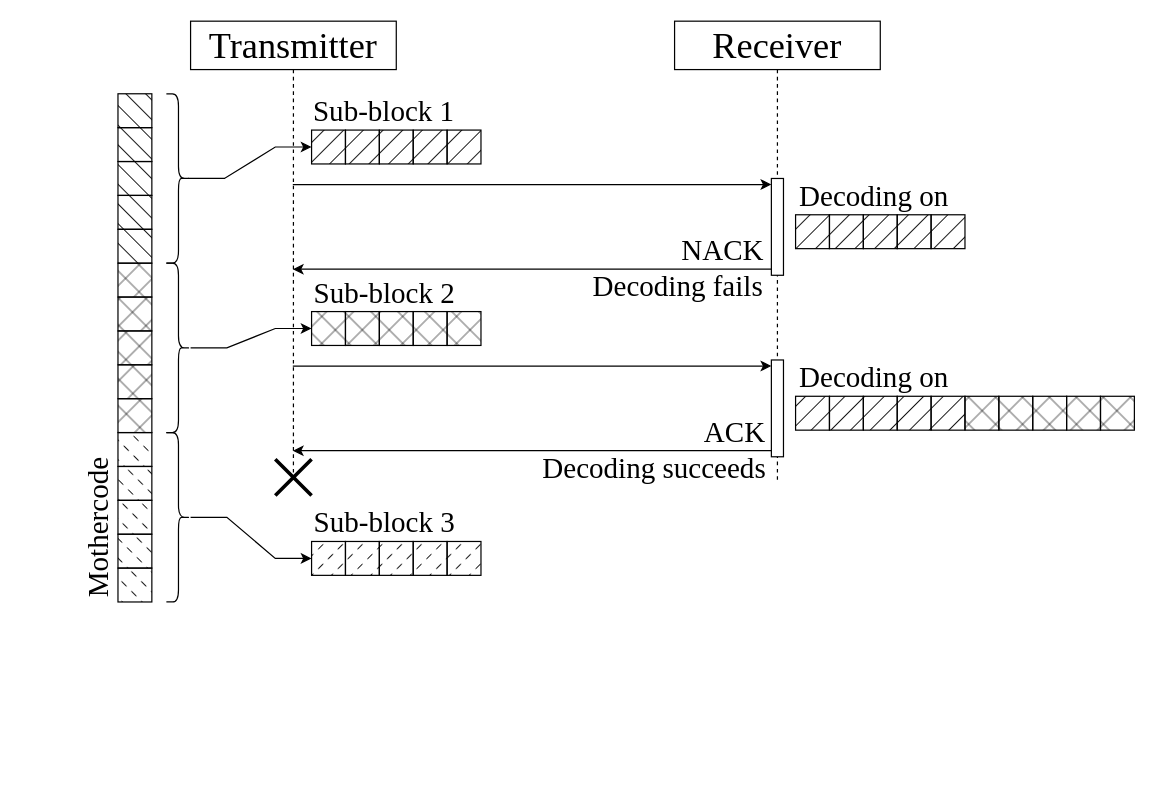
Phagesama/PDFGPPCfigure keeps this draw.io diagram as 未命名绘图.drawio. Above is the earlier version. Source tidied: cells renumbered, new cells numbered last; positions are measured from the earlier drawing's top-left corner, leaving out a move shared by most shapes. Both pictures are drawn from the tidied source at 121%, with x=0, y=0 at pixel (25, 21).
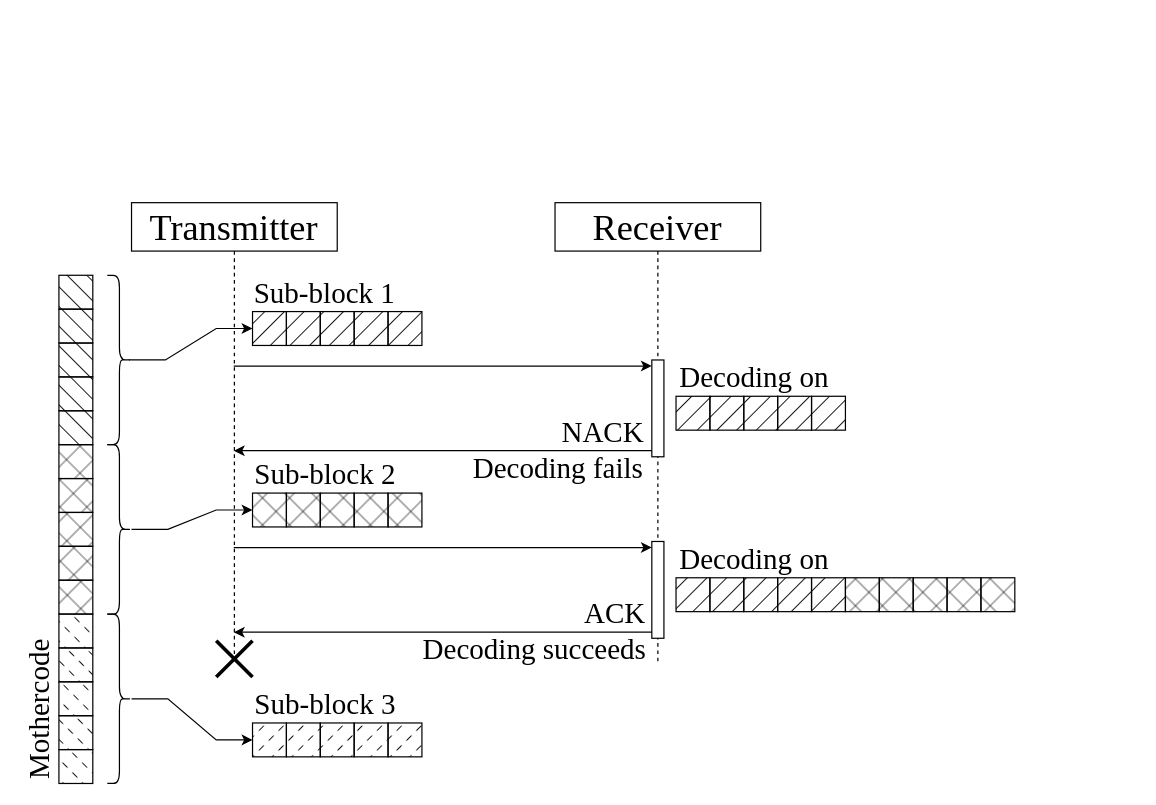
The same diagram, later.

Commit message (it also covers changes not shown here):
更新未命名绘图.drawio

Unchanged cells that the change refers to:
```xml
<mxCell id="7" style="html=1;points=[[0,0,0,0,5],[0,1,0,0,-5],[1,0,0,0,5],[1,1,0,0,-5]];perimeter=orthogonalPerimeter;outlineConnect=0;targetShapes=umlLifeline;portConstraint=eastwest;newEdgeStyle={&quot;curved&quot;:0,&quot;rounded&quot;:0};" parent="6" vertex="1">
  <mxGeometry x="80" y="130" width="10" height="80" as="geometry" />
</mxCell>
<mxCell id="8" style="html=1;points=[[0,0,0,0,5],[0,1,0,0,-5],[1,0,0,0,5],[1,1,0,0,-5]];perimeter=orthogonalPerimeter;outlineConnect=0;targetShapes=umlLifeline;portConstraint=eastwest;newEdgeStyle={&quot;curved&quot;:0,&quot;rounded&quot;:0};" parent="6" vertex="1">
  <mxGeometry x="80" y="280" width="10" height="80" as="geometry" />
</mxCell>
<mxCell id="12" style="whiteSpace=wrap;html=1;fillStyle=cross-hatch;fillColor=#000000;" parent="11" vertex="1">
  <mxGeometry width="28" height="28" as="geometry" />
</mxCell>
<mxCell id="18" style="whiteSpace=wrap;html=1;fillStyle=dashed;fillColor=#000000;" parent="17" vertex="1">
  <mxGeometry width="28" height="28" as="geometry" />
</mxCell>
<mxCell id="24" style="whiteSpace=wrap;html=1;fillStyle=hatch;fillColor=#000000;" parent="23" vertex="1">
  <mxGeometry width="28" height="28" as="geometry" />
</mxCell>
```

What changed in the source:
```diff
@@
+    <mxCell id="83" style="group;" parent="1" vertex="1">
+      <mxGeometry x="-4" y="150" width="871.2" height="480" as="geometry" />
+    </mxCell>
-    <mxCell id="2" style="group;fillStyle=zigzag-line;fillColor=default;" parent="1" vertex="1">
-      <mxGeometry x="256" y="195" width="28" height="140" as="geometry" />
+    <mxCell id="2" style="group;fillStyle=zigzag-line;fillColor=default;" parent="83" vertex="1">
+      <mxGeometry x="211.2" y="195" width="28" height="140" as="geometry" />
     </mxCell>
-    <mxCell id="3" style="endArrow=classic;html=1;rounded=0;entryX=0;entryY=0;entryDx=0;entryDy=5;entryPerimeter=0;" parent="1" edge="1" source="4" target="7">
+    <mxCell id="3" style="endArrow=classic;html=1;rounded=0;entryX=0;entryY=0;entryDx=0;entryDy=5;entryPerimeter=0;" parent="83" edge="1" source="4" target="7">
       <mxGeometry relative="1" as="geometry" />
     </mxCell>
-    <mxCell id="4" value="&lt;font style=&quot;font-size: 30px;&quot; face=&quot;Times New Roman&quot;&gt;Transmitter&lt;/font&gt;" style="shape=umlLifeline;perimeter=lifelinePerimeter;whiteSpace=wrap;html=1;outlineConnect=0;portConstraint=eastwest;newEdgeStyle={&quot;curved&quot;:0,&quot;rounded&quot;:0};" parent="1" vertex="1">
-      <mxGeometry x="136" width="170" height="380" as="geometry" />
+    <mxCell id="4" value="&lt;font style=&quot;font-size: 30px;&quot; face=&quot;Times New Roman&quot;&gt;Transmitter&lt;/font&gt;" style="shape=umlLifeline;perimeter=lifelinePerimeter;whiteSpace=wrap;html=1;outlineConnect=0;portConstraint=eastwest;newEdgeStyle={&quot;curved&quot;:0,&quot;rounded&quot;:0};" parent="83" vertex="1">
+      <mxGeometry x="91.2" width="170" height="380" as="geometry" />
     </mxCell>
@@
-    <mxCell id="6" value="&lt;font style=&quot;font-size: 30px;&quot; face=&quot;Times New Roman&quot;&gt;Receiver&lt;/font&gt;" style="shape=umlLifeline;whiteSpace=wrap;html=1;newEdgeStyle={&quot;curved&quot;:0,&quot;rounded&quot;:0};perimeter=rectanglePerimeter;targetShapes=umlLifeline;participant=label;" parent="1" vertex="1">
-      <mxGeometry x="536" width="170" height="380" as="geometry" />
+    <mxCell id="6" value="&lt;font style=&quot;font-size: 30px;&quot; face=&quot;Times New Roman&quot;&gt;Receiver&lt;/font&gt;" style="shape=umlLifeline;whiteSpace=wrap;html=1;newEdgeStyle={&quot;curved&quot;:0,&quot;rounded&quot;:0};perimeter=rectanglePerimeter;targetShapes=umlLifeline;participant=label;" parent="83" vertex="1">
+      <mxGeometry x="441.2" width="170" height="380" as="geometry" />
     </mxCell>
@@
-    <mxCell id="9" value="&lt;font style=&quot;font-size: 24px;&quot; face=&quot;Times New Roman&quot;&gt;Sub-block 1&lt;/font&gt;" style="text;html=1;align=center;verticalAlign=middle;whiteSpace=wrap;rounded=0;" parent="1" vertex="1">
-      <mxGeometry x="226" y="60" width="140" height="30" as="geometry" />
+    <mxCell id="9" value="&lt;font style=&quot;font-size: 24px;&quot; face=&quot;Times New Roman&quot;&gt;Sub-block 1&lt;/font&gt;" style="text;html=1;align=center;verticalAlign=middle;whiteSpace=wrap;rounded=0;" parent="83" vertex="1">
+      <mxGeometry x="181.2" y="60" width="140" height="30" as="geometry" />
     </mxCell>
-    <mxCell id="10" value="&lt;font style=&quot;font-size: 24px;&quot; face=&quot;Times New Roman&quot;&gt;Decoding on&lt;/font&gt;" style="text;html=1;align=center;verticalAlign=middle;whiteSpace=wrap;rounded=0;" parent="1" vertex="1">
-      <mxGeometry x="636" y="130" width="130" height="30" as="geometry" />
+    <mxCell id="10" value="&lt;font style=&quot;font-size: 24px;&quot; face=&quot;Times New Roman&quot;&gt;Decoding on&lt;/font&gt;" style="text;html=1;align=center;verticalAlign=middle;whiteSpace=wrap;rounded=0;" parent="83" vertex="1">
+      <mxGeometry x="541.2" y="130" width="130" height="30" as="geometry" />
     </mxCell>
-    <mxCell id="11" style="group;" parent="1" vertex="1">
-      <mxGeometry x="236" y="240" width="140" height="28" as="geometry" />
+    <mxCell id="11" style="group;" parent="83" vertex="1">
+      <mxGeometry x="191.2" y="240" width="140" height="28" as="geometry" />
     </mxCell>
@@
-    <mxCell id="17" style="group;" parent="1" vertex="1">
-      <mxGeometry x="236" y="430" width="140" height="28" as="geometry" />
+    <mxCell id="17" style="group;" parent="83" vertex="1">
+      <mxGeometry x="191.2" y="430" width="140" height="28" as="geometry" />
     </mxCell>
@@
-    <mxCell id="23" style="group;" parent="1" vertex="1">
-      <mxGeometry x="236" y="90" width="140" height="28" as="geometry" />
+    <mxCell id="23" style="group;" parent="83" vertex="1">
+      <mxGeometry x="191.2" y="90" width="140" height="28" as="geometry" />
     </mxCell>
@@
-    <mxCell id="29" style="group;" parent="1" vertex="1">
-      <mxGeometry x="636" y="160" width="140" height="28" as="geometry" />
+    <mxCell id="29" style="group;" parent="83" vertex="1">
+      <mxGeometry x="541.2" y="160" width="140" height="28" as="geometry" />
     </mxCell>
@@
-    <mxCell id="35" style="group;" parent="1" vertex="1">
-      <mxGeometry x="776" y="310" width="140" height="28" as="geometry" />
+    <mxCell id="35" style="group;" parent="83" vertex="1">
+      <mxGeometry x="681.2" y="310" width="140" height="28" as="geometry" />
     </mxCell>
@@
-    <mxCell id="41" value="&lt;font style=&quot;font-size: 24px;&quot; face=&quot;Times New Roman&quot;&gt;Sub-block 2&lt;/font&gt;" style="text;html=1;align=center;verticalAlign=middle;whiteSpace=wrap;rounded=0;" parent="1" vertex="1">
-      <mxGeometry x="223.5" y="210" width="145" height="30" as="geometry" />
+    <mxCell id="41" value="&lt;font style=&quot;font-size: 24px;&quot; face=&quot;Times New Roman&quot;&gt;Sub-block 2&lt;/font&gt;" style="text;html=1;align=center;verticalAlign=middle;whiteSpace=wrap;rounded=0;" parent="83" vertex="1">
+      <mxGeometry x="178.8" y="210" width="145" height="30" as="geometry" />
     </mxCell>
-    <mxCell id="42" style="endArrow=classic;html=1;rounded=0;entryX=0;entryY=0;entryDx=0;entryDy=5;entryPerimeter=0;" parent="1" edge="1" source="4" target="8">
+    <mxCell id="42" style="endArrow=classic;html=1;rounded=0;entryX=0;entryY=0;entryDx=0;entryDy=5;entryPerimeter=0;" parent="83" edge="1" source="4" target="8">
       <mxGeometry relative="1" as="geometry" />
     </mxCell>
-    <mxCell id="43" style="group;" parent="1" vertex="1">
-      <mxGeometry x="636" y="310" width="140" height="28" as="geometry" />
+    <mxCell id="43" style="group;" parent="83" vertex="1">
+      <mxGeometry x="541.2" y="310" width="140" height="28" as="geometry" />
     </mxCell>
@@
-    <mxCell id="49" value="&lt;font style=&quot;font-size: 24px;&quot; face=&quot;Times New Roman&quot;&gt;Decoding on&lt;/font&gt;" style="text;html=1;align=center;verticalAlign=middle;whiteSpace=wrap;rounded=0;" parent="1" vertex="1">
-      <mxGeometry x="636" y="280" width="130" height="30" as="geometry" />
+    <mxCell id="49" value="&lt;font style=&quot;font-size: 24px;&quot; face=&quot;Times New Roman&quot;&gt;Decoding on&lt;/font&gt;" style="text;html=1;align=center;verticalAlign=middle;whiteSpace=wrap;rounded=0;" parent="83" vertex="1">
+      <mxGeometry x="541.2" y="280" width="130" height="30" as="geometry" />
     </mxCell>
-    <mxCell id="50" style="edgeStyle=orthogonalEdgeStyle;rounded=0;jettySize=auto;html=1;curved=0;exitX=0;exitY=1;exitDx=0;exitDy=-5;exitPerimeter=0;" parent="1" edge="1" source="7" target="4">
+    <mxCell id="50" style="edgeStyle=orthogonalEdgeStyle;rounded=0;jettySize=auto;html=1;curved=0;exitX=0;exitY=1;exitDx=0;exitDy=-5;exitPerimeter=0;" parent="83" edge="1" source="7" target="4">
       <mxGeometry relative="1" as="geometry">
         <Array as="points">
-          <mxPoint x="476" y="205" />
-          <mxPoint x="476" y="205" />
+          <mxPoint x="431.2" y="205" />
+          <mxPoint x="431.2" y="205" />
         </Array>
       </mxGeometry>
     </mxCell>
-    <mxCell id="51" value="&lt;font style=&quot;font-size: 24px;&quot; face=&quot;Times New Roman&quot;&gt;NACK&lt;/font&gt;" style="text;html=1;align=center;verticalAlign=middle;whiteSpace=wrap;rounded=0;" parent="1" vertex="1">
-      <mxGeometry x="536" y="175" width="80" height="30" as="geometry" />
+    <mxCell id="51" value="&lt;font style=&quot;font-size: 24px;&quot; face=&quot;Times New Roman&quot;&gt;NACK&lt;/font&gt;" style="text;html=1;align=center;verticalAlign=middle;whiteSpace=wrap;rounded=0;" parent="83" vertex="1">
+      <mxGeometry x="441.2" y="175" width="80" height="30" as="geometry" />
     </mxCell>
-    <mxCell id="52" value="&lt;font style=&quot;font-size: 24px;&quot; face=&quot;Times New Roman&quot;&gt;Decoding fails&lt;/font&gt;" style="text;html=1;align=center;verticalAlign=middle;whiteSpace=wrap;rounded=0;" parent="1" vertex="1">
-      <mxGeometry x="464" y="205" width="150" height="30" as="geometry" />
+    <mxCell id="52" value="&lt;font style=&quot;font-size: 24px;&quot; face=&quot;Times New Roman&quot;&gt;Decoding fails&lt;/font&gt;" style="text;html=1;align=center;verticalAlign=middle;whiteSpace=wrap;rounded=0;" parent="83" vertex="1">
+      <mxGeometry x="369.2" y="205" width="150" height="30" as="geometry" />
     </mxCell>
-    <mxCell id="53" style="edgeStyle=orthogonalEdgeStyle;rounded=0;jettySize=auto;html=1;curved=0;exitX=0;exitY=1;exitDx=0;exitDy=-5;exitPerimeter=0;" parent="1" edge="1" source="8" target="4">
+    <mxCell id="53" style="edgeStyle=orthogonalEdgeStyle;rounded=0;jettySize=auto;html=1;curved=0;exitX=0;exitY=1;exitDx=0;exitDy=-5;exitPerimeter=0;" parent="83" edge="1" source="8" target="4">
       <mxGeometry relative="1" as="geometry">
         <Array as="points">
-          <mxPoint x="326" y="355" />
-          <mxPoint x="326" y="355" />
+          <mxPoint x="281.2" y="355" />
+          <mxPoint x="281.2" y="355" />
         </Array>
       </mxGeometry>
     </mxCell>
-    <mxCell id="54" value="&lt;font style=&quot;font-size: 24px;&quot; face=&quot;Times New Roman&quot;&gt;ACK&lt;/font&gt;" style="text;html=1;align=center;verticalAlign=middle;whiteSpace=wrap;rounded=0;" parent="1" vertex="1">
-      <mxGeometry x="546" y="325" width="80" height="30" as="geometry" />
+    <mxCell id="54" value="&lt;font style=&quot;font-size: 24px;&quot; face=&quot;Times New Roman&quot;&gt;ACK&lt;/font&gt;" style="text;html=1;align=center;verticalAlign=middle;whiteSpace=wrap;rounded=0;" parent="83" vertex="1">
+      <mxGeometry x="451.2" y="325" width="80" height="30" as="geometry" />
     </mxCell>
-    <mxCell id="55" value="&lt;font style=&quot;font-size: 24px;&quot; face=&quot;Times New Roman&quot;&gt;Decoding succeeds&lt;/font&gt;" style="text;html=1;align=center;verticalAlign=middle;whiteSpace=wrap;rounded=0;" parent="1" vertex="1">
-      <mxGeometry x="426" y="355" width="187" height="30" as="geometry" />
+    <mxCell id="55" value="&lt;font style=&quot;font-size: 24px;&quot; face=&quot;Times New Roman&quot;&gt;Decoding succeeds&lt;/font&gt;" style="text;html=1;align=center;verticalAlign=middle;whiteSpace=wrap;rounded=0;" parent="83" vertex="1">
+      <mxGeometry x="331.2" y="355" width="187" height="30" as="geometry" />
     </mxCell>
-    <mxCell id="56" style="group;" parent="1" vertex="1">
-      <mxGeometry x="76" y="60" width="28" height="420" as="geometry" />
+    <mxCell id="56" style="group;" parent="83" vertex="1">
+      <mxGeometry x="31.2" y="60" width="28" height="420" as="geometry" />
     </mxCell>
@@
-    <mxCell id="75" style="edgeStyle=entityRelationEdgeStyle;rounded=0;jettySize=auto;html=1;exitX=0.1;exitY=0.5;exitDx=0;exitDy=0;exitPerimeter=0;entryX=0;entryY=0.5;entryDx=0;entryDy=0;" parent="1" edge="1" source="76" target="24">
+    <mxCell id="75" style="edgeStyle=entityRelationEdgeStyle;rounded=0;jettySize=auto;html=1;exitX=0.1;exitY=0.5;exitDx=0;exitDy=0;exitPerimeter=0;entryX=0;entryY=0.5;entryDx=0;entryDy=0;" parent="83" edge="1" source="76" target="24">
       <mxGeometry relative="1" as="geometry" />
     </mxCell>
-    <mxCell id="76" style="shape=curlyBracket;whiteSpace=wrap;html=1;rounded=1;flipH=1;labelPosition=right;verticalLabelPosition=middle;align=left;verticalAlign=middle;" parent="1" vertex="1">
-      <mxGeometry x="116" y="60" width="20" height="140" as="geometry" />
+    <mxCell id="76" style="shape=curlyBracket;whiteSpace=wrap;html=1;rounded=1;flipH=1;labelPosition=right;verticalLabelPosition=middle;align=left;verticalAlign=middle;" parent="83" vertex="1">
+      <mxGeometry x="71.2" y="60" width="20" height="140" as="geometry" />
     </mxCell>
-    <mxCell id="77" style="edgeStyle=entityRelationEdgeStyle;rounded=0;jettySize=auto;html=1;" parent="1" edge="1" source="78" target="12">
+    <mxCell id="77" style="edgeStyle=entityRelationEdgeStyle;rounded=0;jettySize=auto;html=1;" parent="83" edge="1" source="78" target="12">
       <mxGeometry relative="1" as="geometry" />
     </mxCell>
-    <mxCell id="78" style="shape=curlyBracket;whiteSpace=wrap;html=1;rounded=1;flipH=1;labelPosition=right;verticalLabelPosition=middle;align=left;verticalAlign=middle;" parent="1" vertex="1">
-      <mxGeometry x="116" y="200" width="20" height="140" as="geometry" />
+    <mxCell id="78" style="shape=curlyBracket;whiteSpace=wrap;html=1;rounded=1;flipH=1;labelPosition=right;verticalLabelPosition=middle;align=left;verticalAlign=middle;" parent="83" vertex="1">
+      <mxGeometry x="71.2" y="200" width="20" height="140" as="geometry" />
     </mxCell>
-    <mxCell id="79" style="edgeStyle=entityRelationEdgeStyle;rounded=0;jettySize=auto;html=1;entryX=0;entryY=0.5;entryDx=0;entryDy=0;" parent="1" edge="1" source="80" target="18">
+    <mxCell id="79" style="edgeStyle=entityRelationEdgeStyle;rounded=0;jettySize=auto;html=1;entryX=0;entryY=0.5;entryDx=0;entryDy=0;" parent="83" edge="1" source="80" target="18">
       <mxGeometry relative="1" as="geometry" />
     </mxCell>
-    <mxCell id="80" style="shape=curlyBracket;whiteSpace=wrap;html=1;rounded=1;flipH=1;labelPosition=right;verticalLabelPosition=middle;align=left;verticalAlign=middle;" parent="1" vertex="1">
-      <mxGeometry x="116" y="340" width="20" height="140" as="geometry" />
+    <mxCell id="80" style="shape=curlyBracket;whiteSpace=wrap;html=1;rounded=1;flipH=1;labelPosition=right;verticalLabelPosition=middle;align=left;verticalAlign=middle;" parent="83" vertex="1">
+      <mxGeometry x="71.2" y="340" width="20" height="140" as="geometry" />
     </mxCell>
-    <mxCell id="81" value="&lt;font style=&quot;font-size: 24px;&quot; face=&quot;Times New Roman&quot;&gt;Mothercode&lt;/font&gt;" style="text;html=1;align=center;verticalAlign=middle;whiteSpace=wrap;rounded=0;rotation=-90;" parent="1" vertex="1">
-      <mxGeometry x="-0.2" y="403.8" width="120" height="30" as="geometry" />
+    <mxCell id="81" value="&lt;font style=&quot;font-size: 24px;&quot; face=&quot;Times New Roman&quot;&gt;Mothercode&lt;/font&gt;" style="text;html=1;align=center;verticalAlign=middle;whiteSpace=wrap;rounded=0;rotation=-90;" parent="83" vertex="1">
+      <mxGeometry x="-45" y="403.8" width="120" height="30" as="geometry" />
     </mxCell>
-    <mxCell id="82" value="&lt;font style=&quot;font-size: 24px;&quot; face=&quot;Times New Roman&quot;&gt;Sub-block 3&lt;/font&gt;" style="text;html=1;align=center;verticalAlign=middle;whiteSpace=wrap;rounded=0;" parent="1" vertex="1">
-      <mxGeometry x="223.5" y="400" width="145" height="30" as="geometry" />
+    <mxCell id="82" value="&lt;font style=&quot;font-size: 24px;&quot; face=&quot;Times New Roman&quot;&gt;Sub-block 3&lt;/font&gt;" style="text;html=1;align=center;verticalAlign=middle;whiteSpace=wrap;rounded=0;" parent="83" vertex="1">
+      <mxGeometry x="178.8" y="400" width="145" height="30" as="geometry" />
     </mxCell>
```
